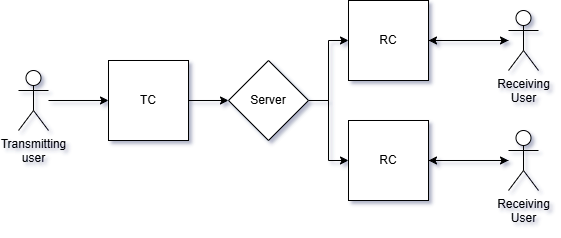
Before: Docs/Book/Charts/flowcharts/minimized-architecture-flowchart.drawio.png, a diagram exported from draw.io (Ophirky/ACE). Source tidied: cells renumbered, new cells last; positions are measured from the earlier drawing's top-left corner, leaving out a move shared by most shapes.
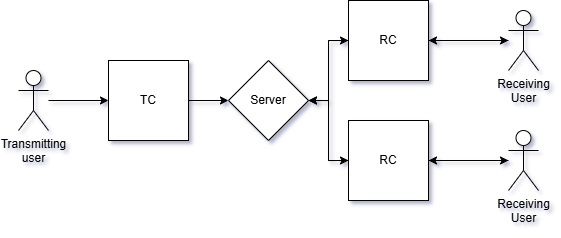
The same diagram one commit later.

The edit, as a diff of the source:
```diff
@@ -17,6 +17,9 @@
     <mxCell id="6" style="edgeStyle=orthogonalEdgeStyle;rounded=0;jettySize=auto;html=1;" parent="1" edge="1" source="7" target="12">
       <mxGeometry relative="1" as="geometry" />
     </mxCell>
+    <mxCell id="17" style="edgeStyle=orthogonalEdgeStyle;rounded=0;jettySize=auto;html=1;" parent="1" edge="1" source="7" target="10">
+      <mxGeometry relative="1" as="geometry" />
+    </mxCell>
     <mxCell id="7" value="RC" style="whiteSpace=wrap;html=1;" parent="1" vertex="1">
       <mxGeometry x="330" width="80" height="80" as="geometry" />
     </mxCell>
@@ -44,6 +47,9 @@
     <mxCell id="15" style="edgeStyle=orthogonalEdgeStyle;rounded=0;jettySize=auto;html=1;" parent="1" edge="1" source="16" target="14">
       <mxGeometry relative="1" as="geometry" />
     </mxCell>
+    <mxCell id="18" style="edgeStyle=orthogonalEdgeStyle;rounded=0;jettySize=auto;html=1;entryX=1;entryY=0.5;entryDx=0;entryDy=0;" parent="1" edge="1" source="16" target="10">
+      <mxGeometry relative="1" as="geometry" />
+    </mxCell>
     <mxCell id="16" value="RC" style="whiteSpace=wrap;html=1;" parent="1" vertex="1">
       <mxGeometry x="330" y="120" width="80" height="80" as="geometry" />
     </mxCell>
```
